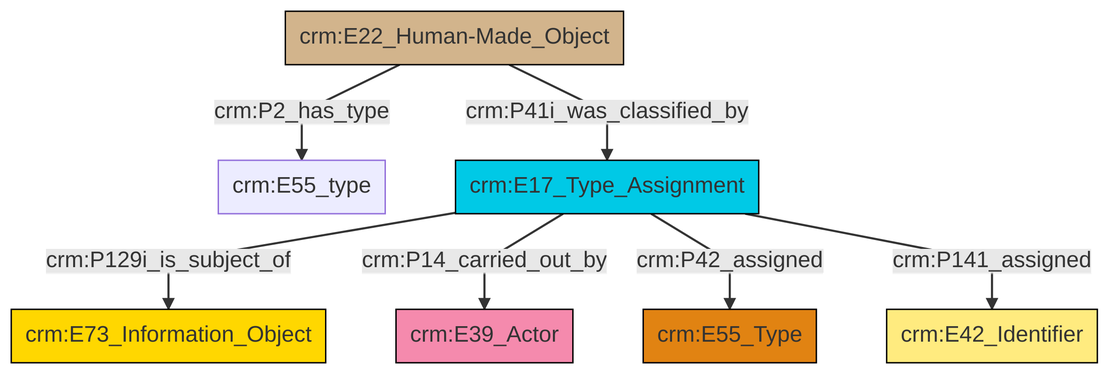
Before: et/builtWorkCSV/ttl/mmd/png/Built_Work_designation_status.png, a diagram exported from Mermaid (swiss-art-research-net/docs.swissartresearch). Its source is kept beside it as et/builtWorkCSV/ttl/mmd/Built_Work_designation_status.ttl.mmd.
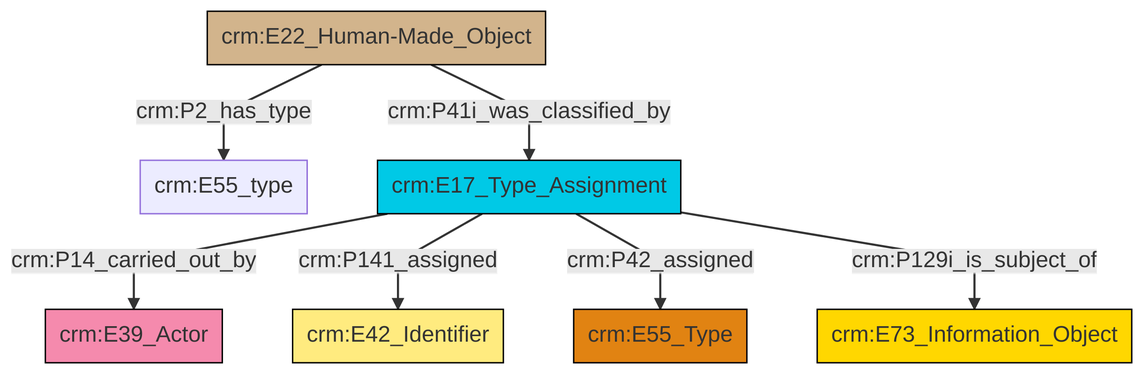
Above is the later version.

Change to the diagram source:
```diff
@@ -13,9 +13,9 @@
 classDef PC_Classes fill:#4ce600, stroke:#000000;
 classDef Multi fill:#cccccc,stroke:#000000;
 
-4["crm:E22_Human-Made_Object"]:::Physical_Thing -->|crm:P2_has_type| 5["crm:E55_type"]:::Default
-8["crm:E17_Type_Assignment"]:::Temporal_Entity -->|crm:P129i_is_subject_of| 6["crm:E73_Information_Object"]:::Conceptual_Object
-4["crm:E22_Human-Made_Object"]:::Physical_Thing -->|crm:P41i_was_classified_by| 8["crm:E17_Type_Assignment"]:::Temporal_Entity
-8["crm:E17_Type_Assignment"]:::Temporal_Entity -->|crm:P14_carried_out_by| 2["crm:E39_Actor"]:::Actor
-8["crm:E17_Type_Assignment"]:::Temporal_Entity -->|crm:P42_assigned| 0["crm:E55_Type"]:::Type
-8["crm:E17_Type_Assignment"]:::Temporal_Entity -->|crm:P141_assigned| 12["crm:E42_Identifier"]:::Appellation
+6["crm:E17_Type_Assignment"]:::Temporal_Entity -->|crm:P14_carried_out_by| 4["crm:E39_Actor"]:::Actor
+6["crm:E17_Type_Assignment"]:::Temporal_Entity -->|crm:P141_assigned| 8["crm:E42_Identifier"]:::Appellation
+6["crm:E17_Type_Assignment"]:::Temporal_Entity -->|crm:P42_assigned| 2["crm:E55_Type"]:::Type
+6["crm:E17_Type_Assignment"]:::Temporal_Entity -->|crm:P129i_is_subject_of| 13["crm:E73_Information_Object"]:::Conceptual_Object
+10["crm:E22_Human-Made_Object"]:::Physical_Thing -->|crm:P41i_was_classified_by| 6["crm:E17_Type_Assignment"]:::Temporal_Entity
+10["crm:E22_Human-Made_Object"]:::Physical_Thing -->|crm:P2_has_type| 0["crm:E55_type"]:::Default
```
